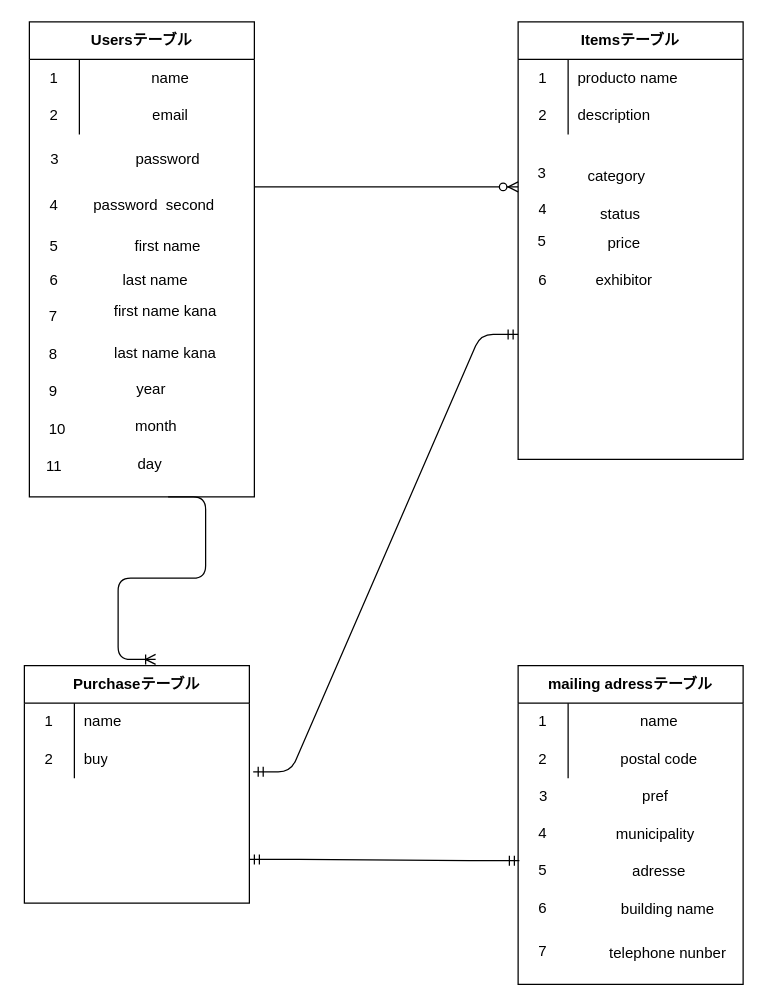
Before: er.dio in takashi-Q/furima-34867, a draw.io diagram. Source tidied: cells renumbered, new cells numbered last; positions are measured from the earlier drawing's top-left corner, leaving out a move shared by most shapes. Both pictures are drawn from the tidied source at 125%, with x=0, y=0 at pixel (24, 21).
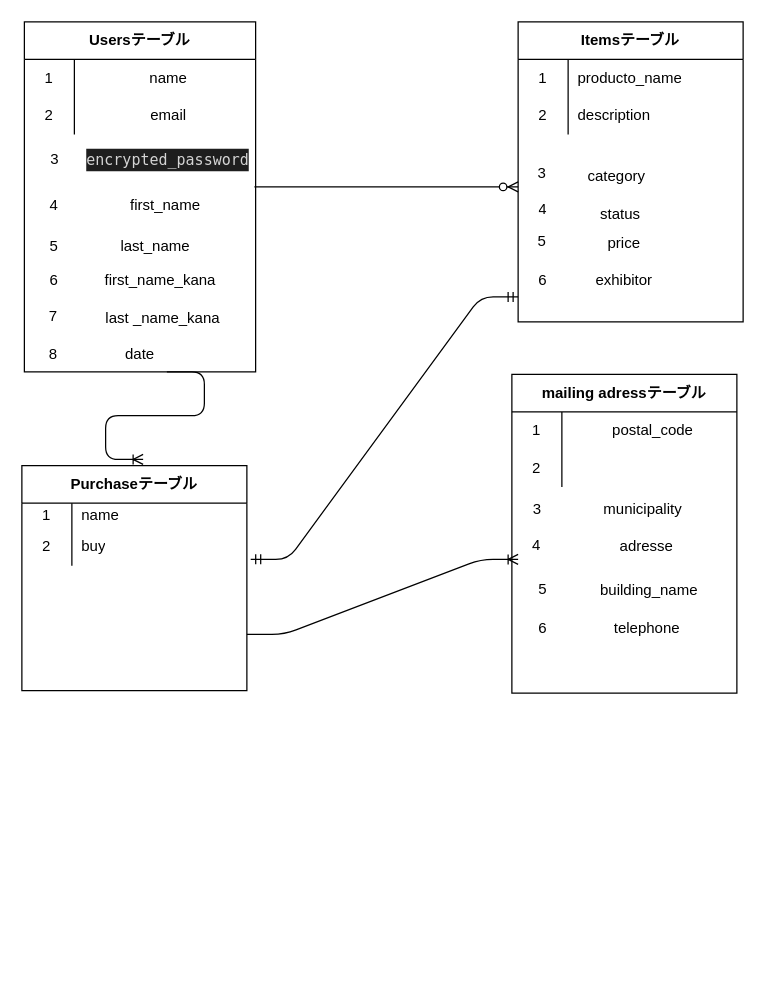
After the change.

The change refers to these unchanged cells:
```xml
<mxCell id="19" style="shape=partialRectangle;html=1;whiteSpace=wrap;fillColor=none;top=0;left=0;bottom=0;right=0;" parent="18" vertex="1">
  <mxGeometry y="30" width="180" height="30" as="geometry" />
</mxCell>
<mxCell id="26" style="shape=partialRectangle;html=1;whiteSpace=wrap;fillColor=none;top=0;left=0;bottom=0;right=0;" parent="25" vertex="1">
  <mxGeometry y="30" width="180" height="30" as="geometry" />
</mxCell>
<mxCell id="29" style="shape=partialRectangle;html=1;whiteSpace=wrap;fillColor=none;top=0;left=0;bottom=0;right=0;" parent="25" vertex="1">
  <mxGeometry y="60" width="180" height="30" as="geometry" />
</mxCell>
```

Change to the diagram source:
```diff
@@
     <mxCell id="2" value="Usersテーブル" style="shape=table;html=1;whiteSpace=wrap;startSize=30;childLayout=tableLayout;rowLines=0;fontStyle=1;align=center;" parent="1" vertex="1">
-      <mxGeometry x="4" width="180" height="380" as="geometry" />
+      <mxGeometry width="185" height="280" as="geometry" />
     </mxCell>
     <mxCell id="3" style="shape=partialRectangle;html=1;whiteSpace=wrap;fillColor=none;top=0;left=0;bottom=0;right=0;align=right;" parent="2" vertex="1">
-      <mxGeometry y="30" width="180" height="30" as="geometry" />
+      <mxGeometry y="30" width="185" height="30" as="geometry" />
     </mxCell>
@@
     <mxCell id="5" value="name" style="shape=partialRectangle;html=1;whiteSpace=wrap;fillColor=none;top=0;left=0;bottom=0;right=0;align=center;spacingLeft=6;overflow=hidden;" parent="3" vertex="1">
-      <mxGeometry x="40" width="140" height="30" as="geometry" />
+      <mxGeometry x="40" width="145" height="30" as="geometry" />
     </mxCell>
     <mxCell id="6" style="shape=partialRectangle;html=1;whiteSpace=wrap;fillColor=none;top=0;left=0;bottom=0;right=0;" parent="2" vertex="1">
-      <mxGeometry y="60" width="180" height="30" as="geometry" />
+      <mxGeometry y="60" width="185" height="30" as="geometry" />
     </mxCell>
@@
     <mxCell id="8" value="email" style="shape=partialRectangle;html=1;whiteSpace=wrap;fillColor=none;top=0;left=0;bottom=0;right=0;align=center;spacingLeft=6;overflow=hidden;" parent="6" vertex="1">
-      <mxGeometry x="40" width="140" height="30" as="geometry" />
+      <mxGeometry x="40" width="145" height="30" as="geometry" />
     </mxCell>
@@
-    <mxCell id="11" value="password" style="text;html=1;strokeColor=none;fillColor=none;align=center;verticalAlign=middle;whiteSpace=wrap;rounded=0;" parent="1" vertex="1">
+    <mxCell id="11" value="&lt;div style=&quot;color: rgb(212 , 212 , 212) ; background-color: rgb(30 , 30 , 30) ; font-family: &amp;#34;menlo&amp;#34; , &amp;#34;monaco&amp;#34; , &amp;#34;courier new&amp;#34; , monospace ; line-height: 18px&quot;&gt;encrypted_password&lt;/div&gt;" style="text;html=1;strokeColor=none;fillColor=none;align=center;verticalAlign=middle;whiteSpace=wrap;rounded=0;" parent="1" vertex="1">
       <mxGeometry x="95" y="100" width="40" height="20" as="geometry" />
     </mxCell>
@@
-    <mxCell id="13" value="first name" style="text;html=1;strokeColor=none;fillColor=none;align=center;verticalAlign=middle;whiteSpace=wrap;rounded=0;" parent="1" vertex="1">
-      <mxGeometry x="70" y="170" width="90" height="20" as="geometry" />
+    <mxCell id="13" value="first_name" style="text;html=1;strokeColor=none;fillColor=none;align=center;verticalAlign=middle;whiteSpace=wrap;rounded=0;" parent="1" vertex="1">
+      <mxGeometry x="68" y="137" width="90" height="20" as="geometry" />
     </mxCell>
@@
-    <mxCell id="15" value="last name" style="text;html=1;strokeColor=none;fillColor=none;align=center;verticalAlign=middle;whiteSpace=wrap;rounded=0;" parent="1" vertex="1">
-      <mxGeometry x="75" y="197" width="60" height="20" as="geometry" />
+    <mxCell id="15" value="last_name" style="text;html=1;strokeColor=none;fillColor=none;align=center;verticalAlign=middle;whiteSpace=wrap;rounded=0;" parent="1" vertex="1">
+      <mxGeometry x="75" y="170" width="60" height="20" as="geometry" />
     </mxCell>
@@
-    <mxCell id="17" value="first name kana" style="text;html=1;strokeColor=none;fillColor=none;align=center;verticalAlign=middle;whiteSpace=wrap;rounded=0;" parent="1" vertex="1">
-      <mxGeometry x="48" y="222" width="130" height="20" as="geometry" />
+    <mxCell id="17" value="first_name_kana" style="text;html=1;strokeColor=none;fillColor=none;align=center;verticalAlign=middle;whiteSpace=wrap;rounded=0;" parent="1" vertex="1">
+      <mxGeometry x="44" y="197" width="130" height="20" as="geometry" />
     </mxCell>
     <mxCell id="18" value="Itemsテーブル" style="shape=table;html=1;whiteSpace=wrap;startSize=30;childLayout=tableLayout;rowLines=0;fontStyle=1;align=center;" parent="1" vertex="1">
-      <mxGeometry x="395" width="180" height="350" as="geometry" />
+      <mxGeometry x="395" width="180" height="240" as="geometry" />
     </mxCell>
@@
-    <mxCell id="21" value="producto name" style="shape=partialRectangle;html=1;whiteSpace=wrap;fillColor=none;top=0;left=0;bottom=0;right=0;align=left;spacingLeft=6;overflow=hidden;" parent="19" vertex="1">
+    <mxCell id="21" value="producto_name" style="shape=partialRectangle;html=1;whiteSpace=wrap;fillColor=none;top=0;left=0;bottom=0;right=0;align=left;spacingLeft=6;overflow=hidden;" parent="19" vertex="1">
       <mxGeometry x="40" width="140" height="30" as="geometry" />
     </mxCell>
@@
     <mxCell id="25" value="mailing adressテーブル" style="shape=table;html=1;whiteSpace=wrap;startSize=30;childLayout=tableLayout;rowLines=0;fontStyle=1;align=center;" parent="1" vertex="1">
-      <mxGeometry x="395" y="515" width="180" height="255" as="geometry" />
+      <mxGeometry x="390" y="282" width="180" height="255" as="geometry" />
     </mxCell>
@@
-    <mxCell id="28" value="name" style="shape=partialRectangle;html=1;whiteSpace=wrap;fillColor=none;top=0;left=0;bottom=0;right=0;align=center;spacingLeft=6;overflow=hidden;" parent="26" vertex="1">
+    <mxCell id="28" value="postal_code" style="shape=partialRectangle;html=1;whiteSpace=wrap;fillColor=none;top=0;left=0;bottom=0;right=0;align=center;spacingLeft=6;overflow=hidden;" parent="26" vertex="1">
       <mxGeometry x="40" width="140" height="30" as="geometry" />
     </mxCell>
@@
-    <mxCell id="31" value="postal code" style="shape=partialRectangle;html=1;whiteSpace=wrap;fillColor=none;top=0;left=0;bottom=0;right=0;align=center;spacingLeft=6;overflow=hidden;" parent="29" vertex="1">
+    <mxCell id="31" style="shape=partialRectangle;html=1;whiteSpace=wrap;fillColor=none;top=0;left=0;bottom=0;right=0;align=center;spacingLeft=6;overflow=hidden;" parent="29" vertex="1">
       <mxGeometry x="40" width="140" height="30" as="geometry" />
     </mxCell>
     <mxCell id="32" value="Purchaseテーブル" style="shape=table;html=1;whiteSpace=wrap;startSize=30;childLayout=tableLayout;rowLines=0;fontStyle=1;align=center;" parent="1" vertex="1">
-      <mxGeometry y="515" width="180" height="190" as="geometry" />
+      <mxGeometry x="-2" y="355" width="180" height="180" as="geometry" />
     </mxCell>
     <mxCell id="33" style="shape=partialRectangle;html=1;whiteSpace=wrap;fillColor=none;top=0;left=0;bottom=0;right=0;" parent="32" vertex="1">
-      <mxGeometry y="30" width="180" height="30" as="geometry" />
+      <mxGeometry y="30" width="180" height="20" as="geometry" />
     </mxCell>
     <mxCell id="34" value="1" style="shape=partialRectangle;html=1;whiteSpace=wrap;fillColor=none;top=0;left=0;bottom=0;right=0;overflow=hidden;" parent="33" vertex="1">
-      <mxGeometry width="40" height="30" as="geometry" />
+      <mxGeometry width="40" height="20" as="geometry" />
     </mxCell>
     <mxCell id="35" value="name" style="shape=partialRectangle;html=1;whiteSpace=wrap;fillColor=none;top=0;left=0;bottom=0;right=0;align=left;spacingLeft=6;overflow=hidden;" parent="33" vertex="1">
-      <mxGeometry x="40" width="140" height="30" as="geometry" />
+      <mxGeometry x="40" width="140" height="20" as="geometry" />
     </mxCell>
     <mxCell id="36" style="shape=partialRectangle;html=1;whiteSpace=wrap;fillColor=none;top=0;left=0;bottom=0;right=0;points=[[0,0.5],[1,0.5]];portConstraint=eastwest;" parent="32" vertex="1">
-      <mxGeometry y="60" width="180" height="30" as="geometry" />
+      <mxGeometry y="50" width="180" height="30" as="geometry" />
     </mxCell>
@@
     <mxCell id="43" value="3" style="text;html=1;align=center;verticalAlign=middle;" parent="1" vertex="1">
-      <mxGeometry x="405" y="610" width="20" height="20" as="geometry" />
+      <mxGeometry x="400" y="380" width="20" height="20" as="geometry" />
     </mxCell>
-    <mxCell id="44" value="pref" style="text;html=1;strokeColor=none;fillColor=none;align=center;verticalAlign=middle;whiteSpace=wrap;rounded=0;" parent="1" vertex="1">
-      <mxGeometry x="485" y="610" width="40" height="20" as="geometry" />
-    </mxCell>
@@
     <mxCell id="46" style="edgeStyle=entityRelationEdgeStyle;fontSize=12;html=1;endArrow=ERmandOne;startArrow=ERmandOne;exitX=1.017;exitY=0.833;exitDx=0;exitDy=0;exitPerimeter=0;" parent="1" edge="1" source="36">
       <mxGeometry relative="1" as="geometry">
-        <mxPoint x="395" y="250" as="targetPoint" />
+        <mxPoint x="395" y="220" as="targetPoint" />
       </mxGeometry>
     </mxCell>
@@
-    <mxCell id="51" value="last name kana" style="text;html=1;strokeColor=none;fillColor=none;align=center;verticalAlign=middle;whiteSpace=wrap;rounded=0;" parent="1" vertex="1">
-      <mxGeometry x="46" y="260" width="134" height="10" as="geometry" />
+    <mxCell id="51" value="last _name_kana" style="text;html=1;strokeColor=none;fillColor=none;align=center;verticalAlign=middle;whiteSpace=wrap;rounded=0;" parent="1" vertex="1">
+      <mxGeometry x="44" y="232" width="134" height="10" as="geometry" />
     </mxCell>
@@
-    <mxCell id="53" value="day" style="text;strokeColor=none;fillColor=none;spacingLeft=4;spacingRight=4;overflow=hidden;fontSize=12;" parent="1" vertex="1">
-      <mxGeometry x="85" y="340" width="40" height="30" as="geometry" />
+    <mxCell id="53" value="date" style="text;strokeColor=none;fillColor=none;spacingLeft=4;spacingRight=4;overflow=hidden;fontSize=12;" parent="1" vertex="1">
+      <mxGeometry x="75" y="252" width="40" height="30" as="geometry" />
     </mxCell>
-    <mxCell id="54" value="month" style="text;strokeColor=none;fillColor=none;spacingLeft=4;spacingRight=4;overflow=hidden;fontSize=12;" parent="1" vertex="1">
-      <mxGeometry x="83" y="310" width="60" height="30" as="geometry" />
-    </mxCell>
-    <mxCell id="55" value="year" style="text;strokeColor=none;fillColor=none;spacingLeft=4;spacingRight=4;overflow=hidden;fontSize=12;" parent="1" vertex="1">
-      <mxGeometry x="84" y="280" width="40" height="30" as="geometry" />
-    </mxCell>
-    <mxCell id="56" value="10" style="text;strokeColor=none;fillColor=none;spacingLeft=4;spacingRight=4;overflow=hidden;fontSize=12;" parent="1" vertex="1">
-      <mxGeometry x="14" y="312" width="40" height="30" as="geometry" />
-    </mxCell>
-    <mxCell id="57" value="9" style="text;strokeColor=none;fillColor=none;spacingLeft=4;spacingRight=4;overflow=hidden;fontSize=12;" parent="1" vertex="1">
-      <mxGeometry x="14" y="282" width="40" height="30" as="geometry" />
-    </mxCell>
@@
-    <mxCell id="59" value="password&amp;nbsp; second" style="text;html=1;strokeColor=none;fillColor=none;align=center;verticalAlign=middle;whiteSpace=wrap;rounded=0;" parent="1" vertex="1">
-      <mxGeometry x="44" y="137" width="120" height="20" as="geometry" />
-    </mxCell>
-    <mxCell id="60" value="11" style="text;strokeColor=none;fillColor=none;spacingLeft=4;spacingRight=4;overflow=hidden;fontSize=12;align=center;" parent="1" vertex="1">
-      <mxGeometry x="4" y="342" width="40" height="30" as="geometry" />
-    </mxCell>
     <mxCell id="61" value="municipality" style="text;html=1;strokeColor=none;fillColor=none;align=center;verticalAlign=middle;whiteSpace=wrap;rounded=0;" parent="1" vertex="1">
-      <mxGeometry x="485" y="640" width="40" height="20" as="geometry" />
+      <mxGeometry x="475" y="380" width="40" height="20" as="geometry" />
     </mxCell>
     <mxCell id="62" value="4" style="text;strokeColor=none;fillColor=none;spacingLeft=4;spacingRight=4;overflow=hidden;fontSize=12;align=center;" parent="1" vertex="1">
-      <mxGeometry x="395" y="635" width="40" height="30" as="geometry" />
+      <mxGeometry x="390" y="405" width="40" height="30" as="geometry" />
     </mxCell>
     <mxCell id="63" value="5" style="text;strokeColor=none;fillColor=none;spacingLeft=4;spacingRight=4;overflow=hidden;points=[[0,0.5],[1,0.5]];portConstraint=eastwest;fontSize=12;align=center;" parent="1" vertex="1">
-      <mxGeometry x="395" y="665" width="40" height="30" as="geometry" />
+      <mxGeometry x="395" y="440" width="40" height="30" as="geometry" />
     </mxCell>
     <mxCell id="64" value="adresse" style="shape=partialRectangle;html=1;whiteSpace=wrap;fillColor=none;top=0;left=0;bottom=0;right=0;align=center;spacingLeft=6;overflow=hidden;" parent="1" vertex="1">
-      <mxGeometry x="435" y="665" width="140" height="30" as="geometry" />
+      <mxGeometry x="425" y="405" width="140" height="30" as="geometry" />
     </mxCell>
-    <mxCell id="65" value="6" style="text;strokeColor=none;fillColor=none;spacingLeft=4;spacingRight=4;overflow=hidden;fontSize=12;align=center;" parent="1" vertex="1">
-      <mxGeometry x="395" y="695" width="40" height="30" as="geometry" />
-    </mxCell>
-    <mxCell id="66" value="building name" style="text;html=1;strokeColor=none;fillColor=none;align=center;verticalAlign=middle;whiteSpace=wrap;rounded=0;" parent="1" vertex="1">
-      <mxGeometry x="475" y="700" width="80" height="20" as="geometry" />
+    <mxCell id="66" value="building_name" style="text;html=1;strokeColor=none;fillColor=none;align=center;verticalAlign=middle;whiteSpace=wrap;rounded=0;" parent="1" vertex="1">
+      <mxGeometry x="460" y="445" width="80" height="20" as="geometry" />
     </mxCell>
-    <mxCell id="67" value="7" style="text;strokeColor=none;fillColor=none;spacingLeft=4;spacingRight=4;overflow=hidden;fontSize=12;align=center;" parent="1" vertex="1">
-      <mxGeometry x="395" y="730" width="40" height="30" as="geometry" />
-    </mxCell>
-    <mxCell id="68" value="telephone nunber" style="text;html=1;strokeColor=none;fillColor=none;align=center;verticalAlign=middle;whiteSpace=wrap;rounded=0;" parent="1" vertex="1">
-      <mxGeometry x="450" y="735" width="130" height="20" as="geometry" />
+    <mxCell id="68" value="telephone&amp;nbsp;" style="text;html=1;strokeColor=none;fillColor=none;align=center;verticalAlign=middle;whiteSpace=wrap;rounded=0;" parent="1" vertex="1">
+      <mxGeometry x="435" y="475" width="130" height="20" as="geometry" />
     </mxCell>
     <mxCell id="69" style="edgeStyle=entityRelationEdgeStyle;fontSize=12;html=1;endArrow=ERoneToMany;" parent="1" edge="1">
       <mxGeometry relative="1" as="geometry">
-        <mxPoint x="115" y="380" as="sourcePoint" />
-        <mxPoint x="105" y="510" as="targetPoint" />
+        <mxPoint x="114" y="280" as="sourcePoint" />
+        <mxPoint x="95" y="350" as="targetPoint" />
       </mxGeometry>
     </mxCell>
-    <mxCell id="70" style="edgeStyle=entityRelationEdgeStyle;fontSize=12;html=1;endArrow=ERmandOne;startArrow=ERmandOne;entryX=0.025;entryY=0.2;entryDx=0;entryDy=0;entryPerimeter=0;" parent="1" edge="1" target="63">
-      <mxGeometry relative="1" as="geometry">
-        <mxPoint x="180" y="670" as="sourcePoint" />
-      </mxGeometry>
-    </mxCell>
+    <mxCell id="71" style="edgeStyle=entityRelationEdgeStyle;fontSize=12;html=1;endArrow=ERoneToMany;exitX=1;exitY=0.75;exitDx=0;exitDy=0;" parent="1" edge="1" source="32">
+      <mxGeometry relative="1" as="geometry">
+        <mxPoint x="395" y="430" as="targetPoint" />
+      </mxGeometry>
+    </mxCell>
+    <mxCell id="65" value="6" style="shape=partialRectangle;html=1;whiteSpace=wrap;fillColor=none;top=0;left=0;bottom=0;right=0;overflow=hidden;" parent="1" vertex="1">
+      <mxGeometry x="395" y="470" width="40" height="30" as="geometry" />
+    </mxCell>
```
